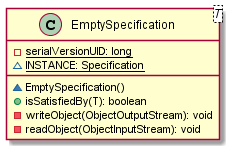
This is malokhvii-eduard/malokhvii05/doc/plantuml/png/ua.khpi.oop.malokhvii05.common.specification.EmptySpecification.png from P-Kalin/kit26a, a PlantUML export, as it was before one commit. The source it was exported from:
```plantuml
@startuml

    class EmptySpecification<T> {
        {static} -serialVersionUID: long
        {static} ~INSTANCE: Specification
        ~EmptySpecification()
        +isSatisfiedBy(T): boolean
        -writeObject(ObjectOutputStream): void
        -readObject(ObjectInputStream): void
    }

@enduml
```
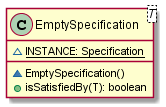
The same diagram one commit later.

Diff of the diagram source:
```diff
@@ -1,12 +1,9 @@
 @startuml
 
     class EmptySpecification<T> {
-        {static} -serialVersionUID: long
         {static} ~INSTANCE: Specification
         ~EmptySpecification()
         +isSatisfiedBy(T): boolean
-        -writeObject(ObjectOutputStream): void
-        -readObject(ObjectInputStream): void
     }
 
 @enduml
```
